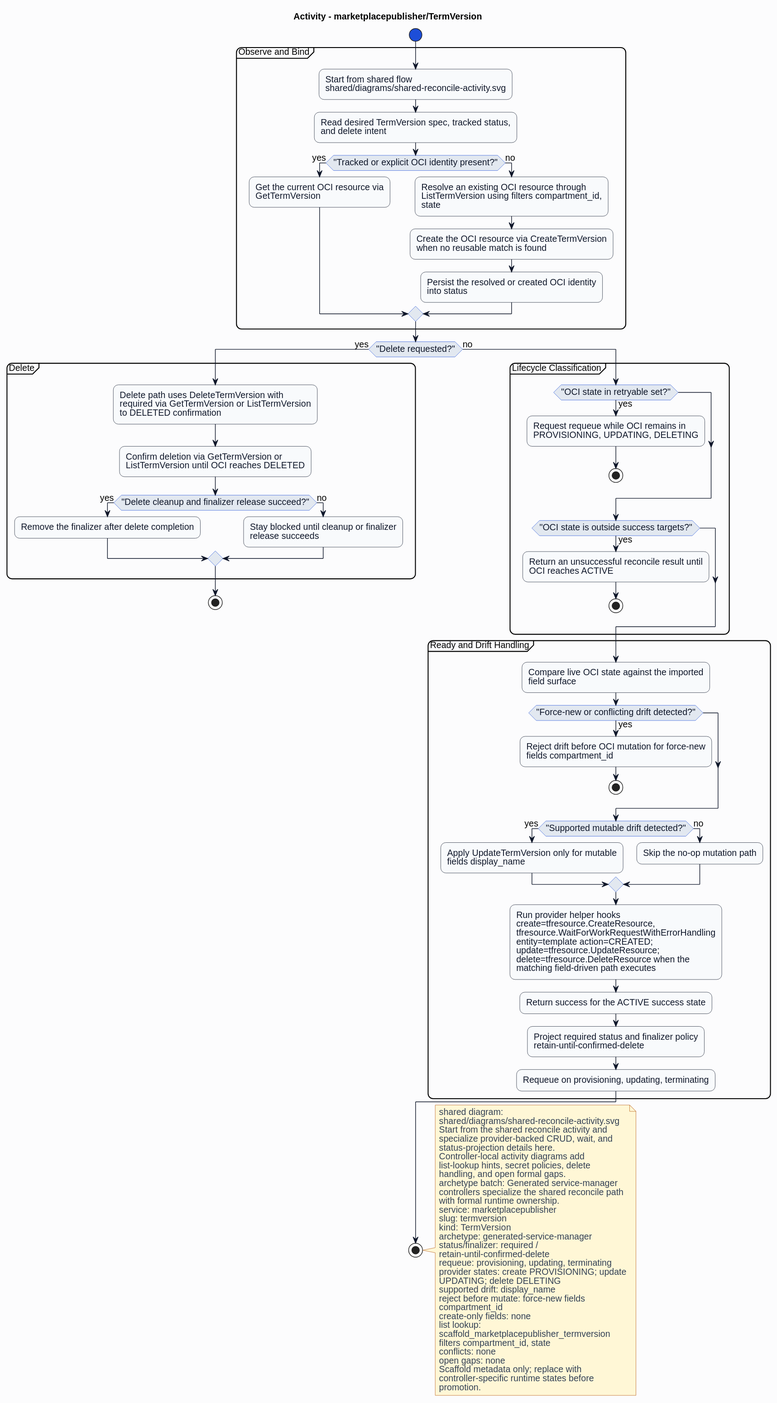
HaoyL666/oci-service-operator keeps this PlantUML diagram as formal/controllers/marketplacepublisher/termversion/diagrams/activity.svg. Above is the earlier version. Source of this version:
```plantuml
@startuml
skinparam shadowing false
skinparam backgroundColor #fcfcfd
skinparam defaultFontName Helvetica
skinparam defaultFontSize 14
skinparam arrowColor #0f172a
skinparam noteBackgroundColor #fff7d6
skinparam noteBorderColor #b45309
skinparam noteFontColor #334155
skinparam roundcorner 16
title Activity - marketplacepublisher/TermVersion
skinparam activity {
  backgroundColor #f8fafc
  borderColor #0f172a
  fontColor #0f172a
  diamondBackgroundColor #e2e8f0
  diamondBorderColor #1d4ed8
  diamondFontColor #0f172a
  startColor #1d4ed8
  endColor #0f172a
  barColor #1d4ed8
}
start
partition "Observe and Bind" {
:Start from shared flow\nshared/diagrams/shared-reconcile-activity.svg;
:Read desired TermVersion spec, tracked status,\nand delete intent;
if ("Tracked or explicit OCI identity present?") then (yes)
:Get the current OCI resource via\nGetTermVersion;
else (no)
:Resolve an existing OCI resource through\nListTermVersion using filters compartment_id,\nstate;
:Create the OCI resource via CreateTermVersion\nwhen no reusable match is found;
:Persist the resolved or created OCI identity\ninto status;
endif
}
if ("Delete requested?") then (yes)
partition "Delete" {
:Delete path uses DeleteTermVersion with\nrequired via GetTermVersion or ListTermVersion\nto DELETED confirmation;
:Confirm deletion via GetTermVersion or\nListTermVersion until OCI reaches DELETED;
if ("Delete cleanup and finalizer release succeed?") then (yes)
:Remove the finalizer after delete completion;
else (no)
:Stay blocked until cleanup or finalizer\nrelease succeeds;
endif
}
stop
else (no)
partition "Lifecycle Classification" {
if ("OCI state in retryable set?") then (yes)
:Request requeue while OCI remains in\nPROVISIONING, UPDATING, DELETING;
stop
endif
if ("OCI state is outside success targets?") then (yes)
:Return an unsuccessful reconcile result until\nOCI reaches ACTIVE;
stop
endif
}
partition "Ready and Drift Handling" {
:Compare live OCI state against the imported\nfield surface;
if ("Force-new or conflicting drift detected?") then (yes)
:Reject drift before OCI mutation for force-new\nfields compartment_id;
stop
endif
if ("Supported mutable drift detected?") then (yes)
:Apply UpdateTermVersion only for mutable\nfields display_name;
else (no)
:Skip the no-op mutation path;
endif
:Run provider helper hooks\ncreate=tfresource.CreateResource,\ntfresource.WaitForWorkRequestWithErrorHandling\nentity=template action=CREATED;\nupdate=tfresource.UpdateResource;\ndelete=tfresource.DeleteResource when the\nmatching field-driven path executes;
:Return success for the ACTIVE success state;
:Project required status and finalizer policy\nretain-until-confirmed-delete;
:Requeue on provisioning, updating, terminating;
}
endif
stop
note right
shared diagram:
shared/diagrams/shared-reconcile-activity.svg
Start from the shared reconcile activity and
specialize provider-backed CRUD, wait, and
status-projection details here.
Controller-local activity diagrams add
list-lookup hints, secret policies, delete
handling, and open formal gaps.
archetype batch: Generated service-manager
controllers specialize the shared reconcile path
with formal runtime ownership.
service: marketplacepublisher
slug: termversion
kind: TermVersion
archetype: generated-service-manager
status/finalizer: required /
retain-until-confirmed-delete
requeue: provisioning, updating, terminating
provider states: create PROVISIONING; update
UPDATING; delete DELETING
supported drift: display_name
reject before mutate: force-new fields
compartment_id
create-only fields: none
list lookup:
scaffold_marketplacepublisher_termversion
filters compartment_id, state
conflicts: none
open gaps: none
Scaffold metadata only; replace with
controller-specific runtime states before
promotion.
end note
@enduml
```
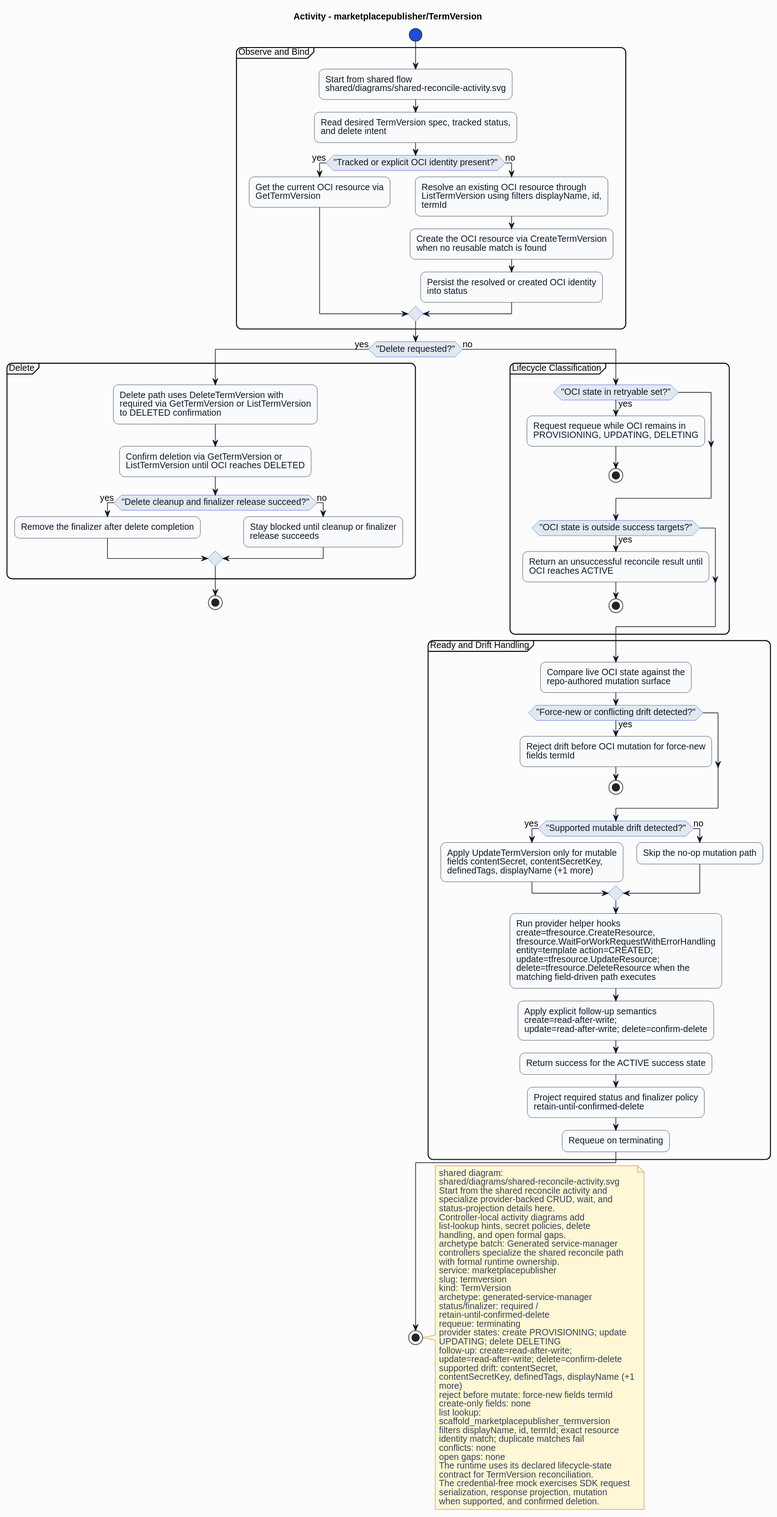
After the commit.

Diff of the diagram source:
```diff
@@ -27,7 +27,7 @@
 if ("Tracked or explicit OCI identity present?") then (yes)
 :Get the current OCI resource via\nGetTermVersion;
 else (no)
-:Resolve an existing OCI resource through\nListTermVersion using filters compartment_id,\nstate;
+:Resolve an existing OCI resource through\nListTermVersion using filters displayName, id,\ntermId;
 :Create the OCI resource via CreateTermVersion\nwhen no reusable match is found;
 :Persist the resolved or created OCI identity\ninto status;
 endif
@@ -55,20 +55,21 @@
 endif
 }
 partition "Ready and Drift Handling" {
-:Compare live OCI state against the imported\nfield surface;
+:Compare live OCI state against the\nrepo-authored mutation surface;
 if ("Force-new or conflicting drift detected?") then (yes)
-:Reject drift before OCI mutation for force-new\nfields compartment_id;
+:Reject drift before OCI mutation for force-new\nfields termId;
 stop
 endif
 if ("Supported mutable drift detected?") then (yes)
-:Apply UpdateTermVersion only for mutable\nfields display_name;
+:Apply UpdateTermVersion only for mutable\nfields contentSecret, contentSecretKey,\ndefinedTags, displayName (+1 more);
 else (no)
 :Skip the no-op mutation path;
 endif
 :Run provider helper hooks\ncreate=tfresource.CreateResource,\ntfresource.WaitForWorkRequestWithErrorHandling\nentity=template action=CREATED;\nupdate=tfresource.UpdateResource;\ndelete=tfresource.DeleteResource when the\nmatching field-driven path executes;
+:Apply explicit follow-up semantics\ncreate=read-after-write;\nupdate=read-after-write; delete=confirm-delete;
 :Return success for the ACTIVE success state;
 :Project required status and finalizer policy\nretain-until-confirmed-delete;
-:Requeue on provisioning, updating, terminating;
+:Requeue on terminating;
 }
 endif
 stop
@@ -90,20 +91,26 @@
 archetype: generated-service-manager
 status/finalizer: required /
 retain-until-confirmed-delete
-requeue: provisioning, updating, terminating
+requeue: terminating
 provider states: create PROVISIONING; update
 UPDATING; delete DELETING
-supported drift: display_name
-reject before mutate: force-new fields
-compartment_id
+follow-up: create=read-after-write;
+update=read-after-write; delete=confirm-delete
+supported drift: contentSecret,
+contentSecretKey, definedTags, displayName (+1
+more)
+reject before mutate: force-new fields termId
 create-only fields: none
 list lookup:
 scaffold_marketplacepublisher_termversion
-filters compartment_id, state
+filters displayName, id, termId; exact resource
+identity match; duplicate matches fail
 conflicts: none
 open gaps: none
-Scaffold metadata only; replace with
-controller-specific runtime states before
-promotion.
+The runtime uses its declared lifecycle-state
+contract for TermVersion reconciliation.
+The credential-free mock exercises SDK request
+serialization, response projection, mutation
+when supported, and confirmed deletion.
 end note
 @enduml
```
